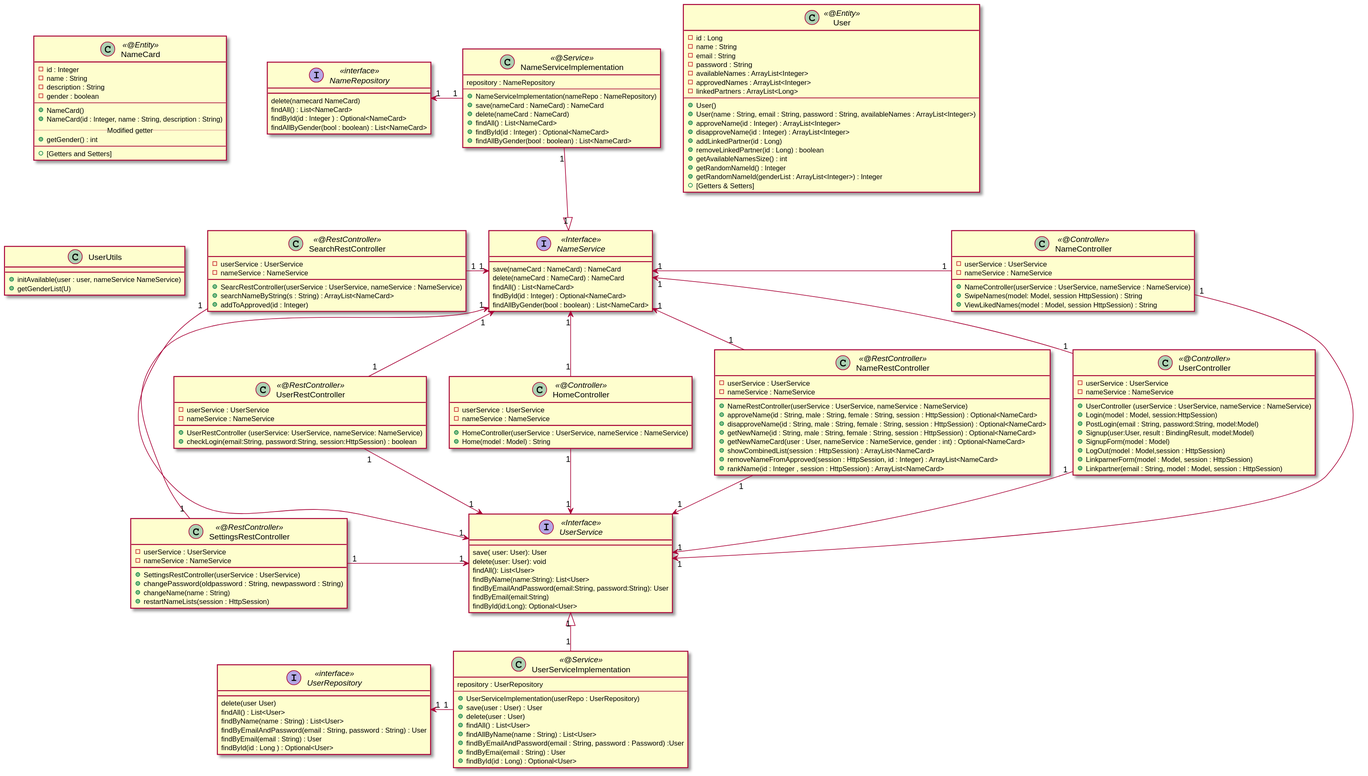
Above: nafnaneistar/out/diagrams/Class diagrams/Nafnaneistar.svg in RutB/Throbo2_nafnaneistar (PlantUML), before the change.
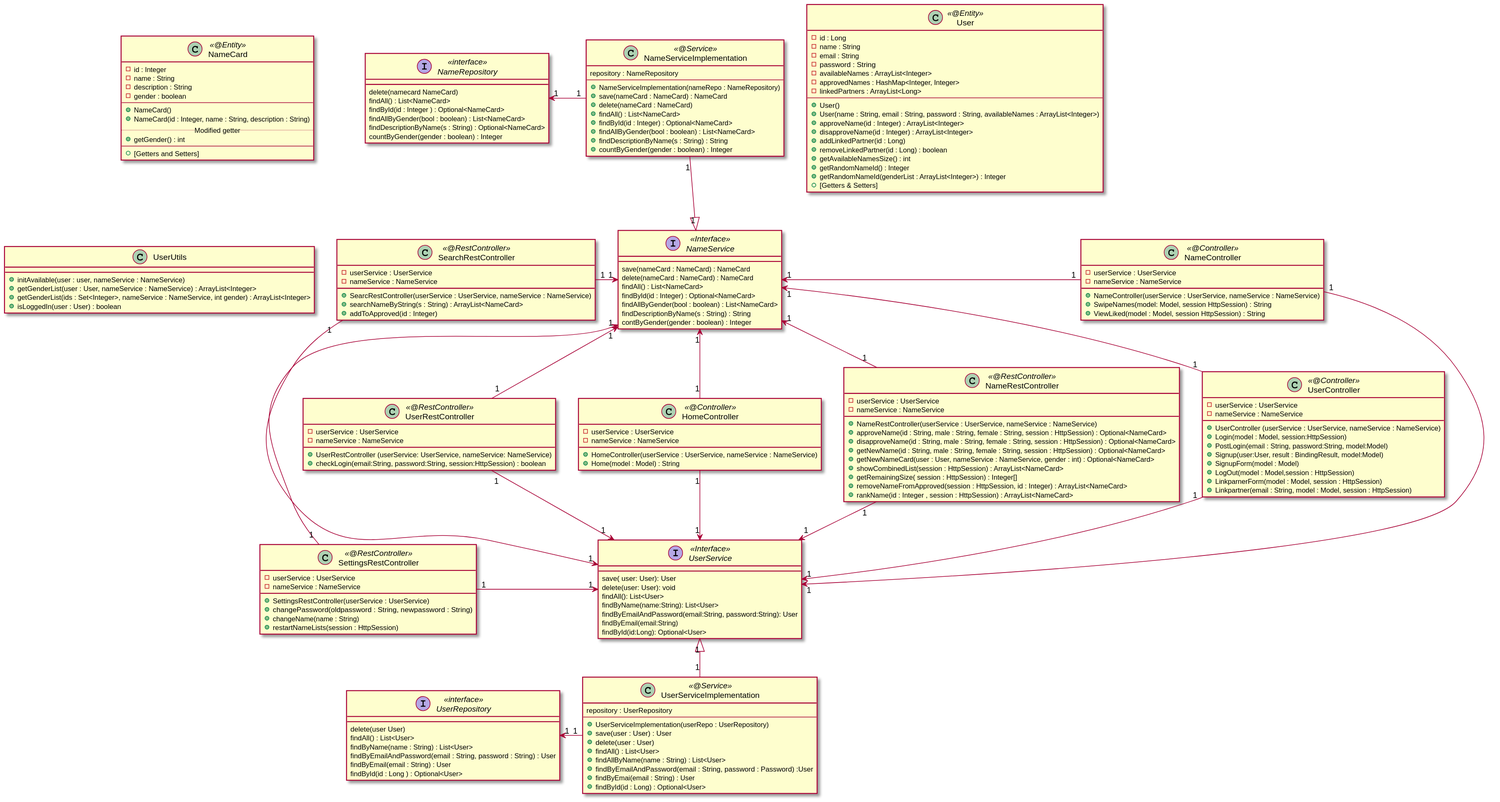
After the commit.

Diff of the diagram source:
```diff
@@ -6,7 +6,7 @@
     -email : String
     -password : String
     -availableNames : ArrayList<Integer>
-    -approvedNames : ArrayList<Integer>
+    -approvedNames : HashMap<Integer, Integer>
     -linkedPartners : ArrayList<Long>
     --
     +User()
@@ -39,7 +39,7 @@
     -nameService : NameService
     +NameController(userService : UserService, nameService : NameService)
     +SwipeNames(model: Model, session HttpSession) : String
-    +ViewLikedNames(model : Model, session HttpSession) : String
+    +ViewLiked(model : Model, session HttpSession) : String
 }
 
 class HomeController <<@Controller>> {
@@ -58,6 +58,7 @@
     +getNewName(id : String, male : String, female : String, session : HttpSession) : Optional<NameCard>
     +getNewNameCard(user : User, nameService : NameService, gender : int) : Optional<NameCard>
     +showCombinedList(session : HttpSession) : ArrayList<NameCard>
+    +getRemainingSize( session : HttpSession) : Integer[]
     +removeNameFromApproved(session : HttpSession, id : Integer) : ArrayList<NameCard>
     +rankName(id : Integer , session : HttpSession) : ArrayList<NameCard>
 }
@@ -111,6 +112,9 @@
     findAll() : List<NameCard>
     findById(id : Integer ) : Optional<NameCard>
     findAllByGender(bool : boolean) : List<NameCard>
+    findDescriptionByName(s : String) : Optional<NameCard>
+    countByGender(gender : boolean) : Integer
+
 }
 
 Interface UserRepository<<interface>> {
@@ -128,6 +132,8 @@
     findAll() : List<NameCard>
     findById(id : Integer) : Optional<NameCard>
     findAllByGender(bool : boolean) : List<NameCard>
+    findDescriptionByName(s : String) : String
+    contByGender(gender : boolean) : Integer
 }
 
 class NameServiceImplementation <<@Service>> {
@@ -139,11 +145,15 @@
     +findAll() : List<NameCard>
     +findById(id : Integer) : Optional<NameCard>
     +findAllByGender(bool : boolean) : List<NameCard>
+    +findDescriptionByName(s : String) : String
+    +countByGender(gender : boolean) : Integer
 }
 
 class UserUtils {
-    +initAvailable(user : user, nameService NameService)
-    +getGenderList(U)
+    +initAvailable(user : user, nameService : NameService)
+    +getGenderList(user : User, nameService : NameService) : ArrayList<Integer>
+    +getGenderList(ids : Set<Integer>, nameService : NameService, int gender) : ArrayList<Integer>
+    +isLoggedIn(user : User) : boolean
 }
 
 class SearchRestController<<@RestController>> {
```
